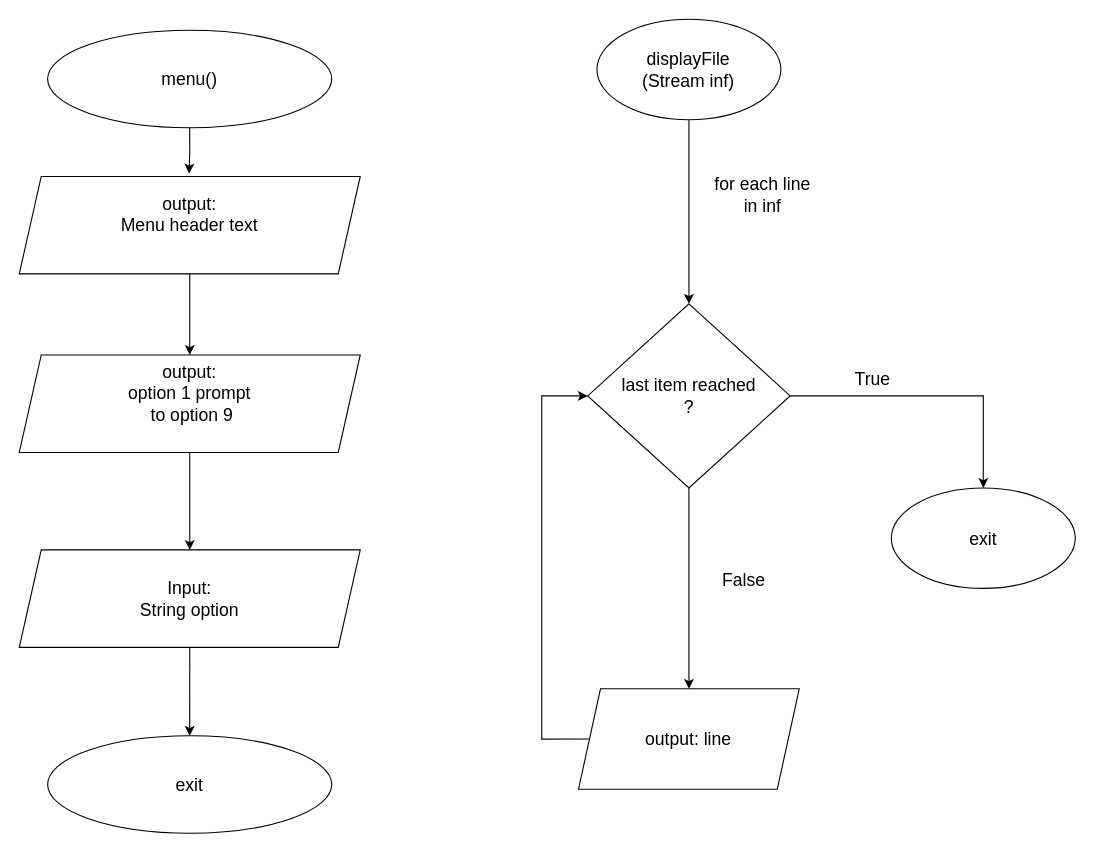
This is page "Page-1" (1 of 6) of Untitled Diagram.drawio from punyaprashun25/animated_login_form, a draw.io file, before an edit. Source tidied: cells renumbered, new cells numbered last; positions are measured from the earlier drawing's top-left corner, leaving out a move shared by most shapes. Both pictures are drawn from the tidied source at 110%, with x=0, y=0 at pixel (19, 19).
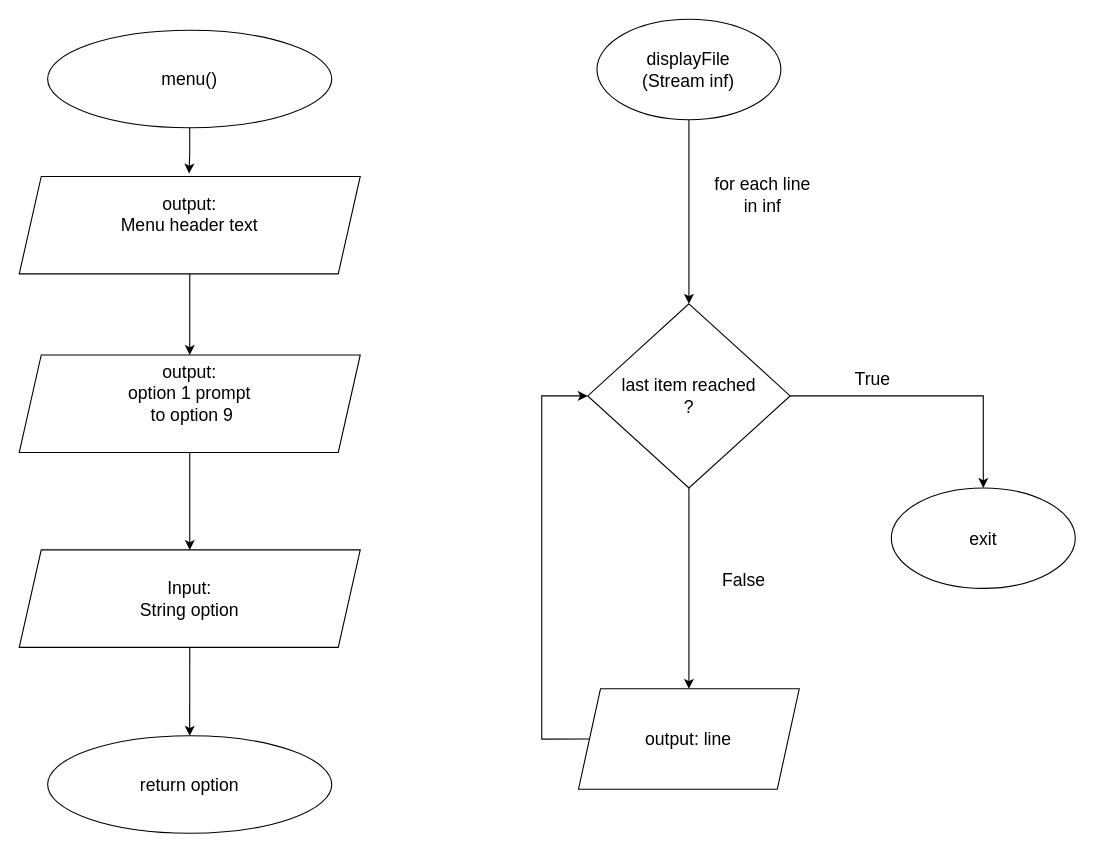
Above is the later version.

Unchanged cells that the change refers to:
```xml
<mxCell id="2" style="group;fontSize=16;" parent="1" vertex="1">
  <mxGeometry y="10" width="310" height="730" as="geometry" />
</mxCell>
```

Change to the diagram source:
```diff
@@
-    <mxCell id="11" value="exit" style="ellipse;whiteSpace=wrap;html=1;fontSize=16;" parent="2" vertex="1">
+    <mxCell id="11" value="return option" style="ellipse;whiteSpace=wrap;html=1;fontSize=16;" parent="2" vertex="1">
       <mxGeometry x="25.8" y="641.4" width="258.3" height="88.6" as="geometry" />
     </mxCell>
```
